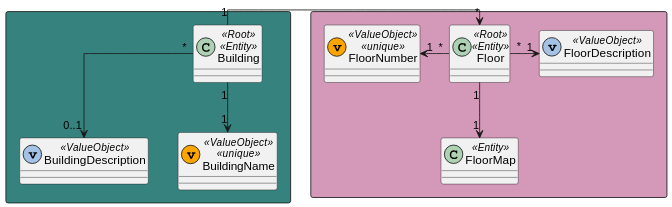
Before: docs/US_180/Diagrams/DomainModelExcerpt.svg, a diagram exported from PlantUML (Pedro-Pereira1/sem5pi_23_24_g056).
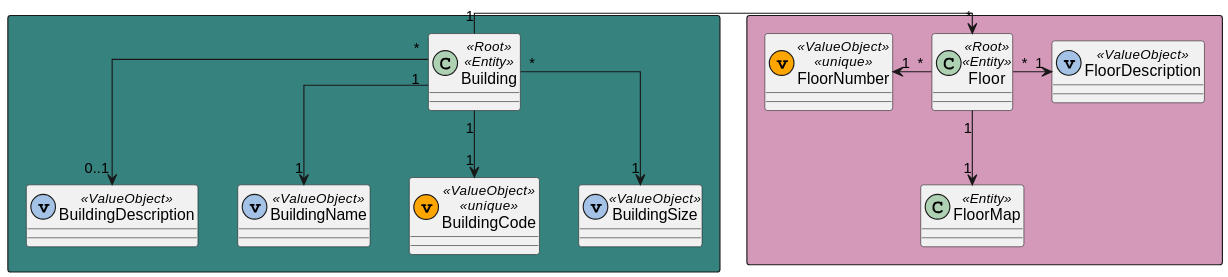
The same file after the commit.

Commit message:
Updated Documentation on US180, Domain Model Except relative to new Domain Model

The edit, as a diff of the source:
```diff
@@ -5,7 +5,9 @@
 rectangle #36827F{
 class Building  << Root >> << Entity >>
 class BuildingDescription  << (v,#A4C2E5) ValueObject >>
-class BuildingName  << (v,orange) ValueObject >> << unique >>
+class BuildingName  << (v,#A4C2E5) ValueObject >>
+class BuildingCode  << (v,orange) ValueObject >> << unique >>
+class BuildingSize  << (v,#A4C2E5) ValueObject >>
 }
 
 rectangle #D499B9{
@@ -19,7 +21,8 @@
 Building "1"->"*" Floor
 Building "*"-->"0..1" BuildingDescription
 Building "1"-->"1" BuildingName
-
+Building "*"-->"1" BuildingSize
+Building "1"-->"1" BuildingCode
 
 
 Floor "1"-d->"1" FloorMap
```
